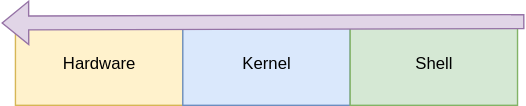
Before: assets/architecture.svg, a diagram exported from draw.io (Petrovic8684/BaOS). Source tidied: cells renumbered, new cells last; positions are measured from the earlier drawing's top-left corner, leaving out a move shared by most shapes.
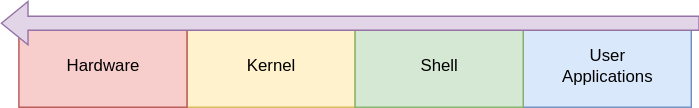
The same file after the commit.

Change to the diagram source:
```diff
@@ -2,20 +2,23 @@
   <root>
     <mxCell id="0" />
     <mxCell id="1" parent="0" />
+    <mxCell id="3" value="Kernel" style="rounded=0;whiteSpace=wrap;html=1;fillColor=#fff2cc;strokeColor=#d6b656;" parent="1" vertex="1">
+      <mxGeometry x="130" width="120" height="60" as="geometry" />
+    </mxCell>
+    <mxCell id="6" value="User&lt;div&gt;Applications&lt;/div&gt;" style="rounded=0;whiteSpace=wrap;html=1;fillColor=#dae8fc;strokeColor=#6c8ebf;" parent="1" vertex="1">
+      <mxGeometry x="370" width="120" height="60" as="geometry" />
+    </mxCell>
+    <mxCell id="4" value="Shell" style="rounded=0;whiteSpace=wrap;html=1;fillColor=#d5e8d4;strokeColor=#82b366;" parent="1" vertex="1">
+      <mxGeometry x="250" width="120" height="60" as="geometry" />
+    </mxCell>
-    <mxCell id="2" value="Hardware" style="rounded=0;whiteSpace=wrap;html=1;fillColor=#fff2cc;strokeColor=#d6b656;" parent="1" vertex="1">
+    <mxCell id="2" value="Hardware" style="rounded=0;whiteSpace=wrap;html=1;fillColor=#f8cecc;strokeColor=#b85450;" parent="1" vertex="1">
       <mxGeometry x="10" width="120" height="60" as="geometry" />
     </mxCell>
-    <mxCell id="3" value="Kernel" style="rounded=0;whiteSpace=wrap;html=1;fillColor=#dae8fc;strokeColor=#6c8ebf;" parent="1" vertex="1">
-      <mxGeometry x="130" width="120" height="60" as="geometry" />
-    </mxCell>
-    <mxCell id="4" value="Shell" style="rounded=0;whiteSpace=wrap;html=1;fillColor=#d5e8d4;strokeColor=#82b366;" parent="1" vertex="1">
-      <mxGeometry x="250" width="120" height="60" as="geometry" />
-    </mxCell>
-    <mxCell id="5" style="shape=flexArrow;endArrow=classic;html=1;rounded=0;fillColor=#e1d5e7;strokeColor=#9673a6;" parent="1" edge="1">
-      <mxGeometry relative="1" as="geometry">
-        <mxPoint x="375" as="sourcePoint" />
-        <mxPoint y="1" as="targetPoint" />
-      </mxGeometry>
-    </mxCell>
+    <mxCell id="7" style="shape=flexArrow;endArrow=classic;html=1;rounded=0;fillColor=#e1d5e7;strokeColor=#9673a6;" parent="1" edge="1">
+      <mxGeometry relative="1" as="geometry">
+        <mxPoint x="496" as="sourcePoint" />
+        <mxPoint x="-3" as="targetPoint" />
+      </mxGeometry>
+    </mxCell>
   </root>
 </mxGraphModel>
```
